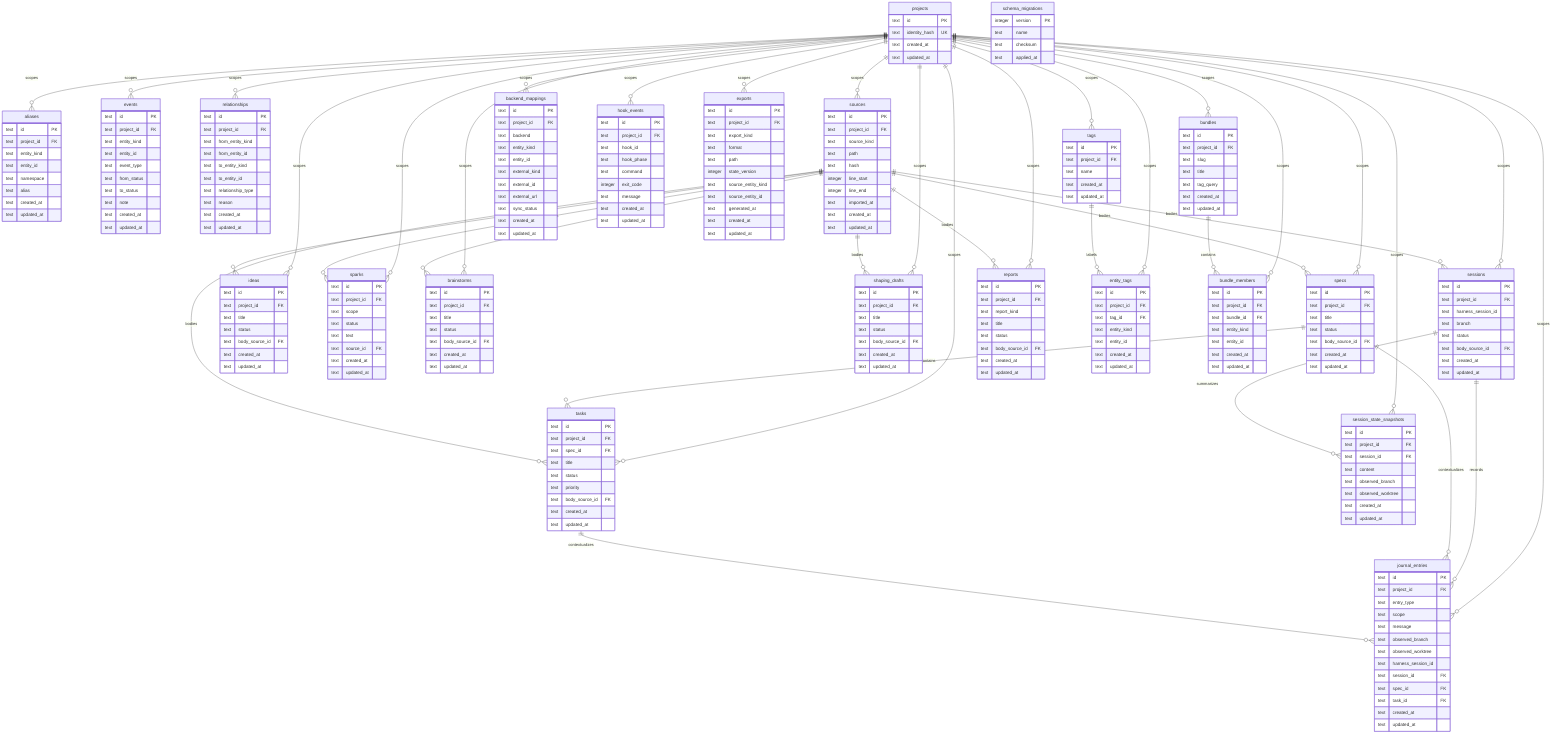
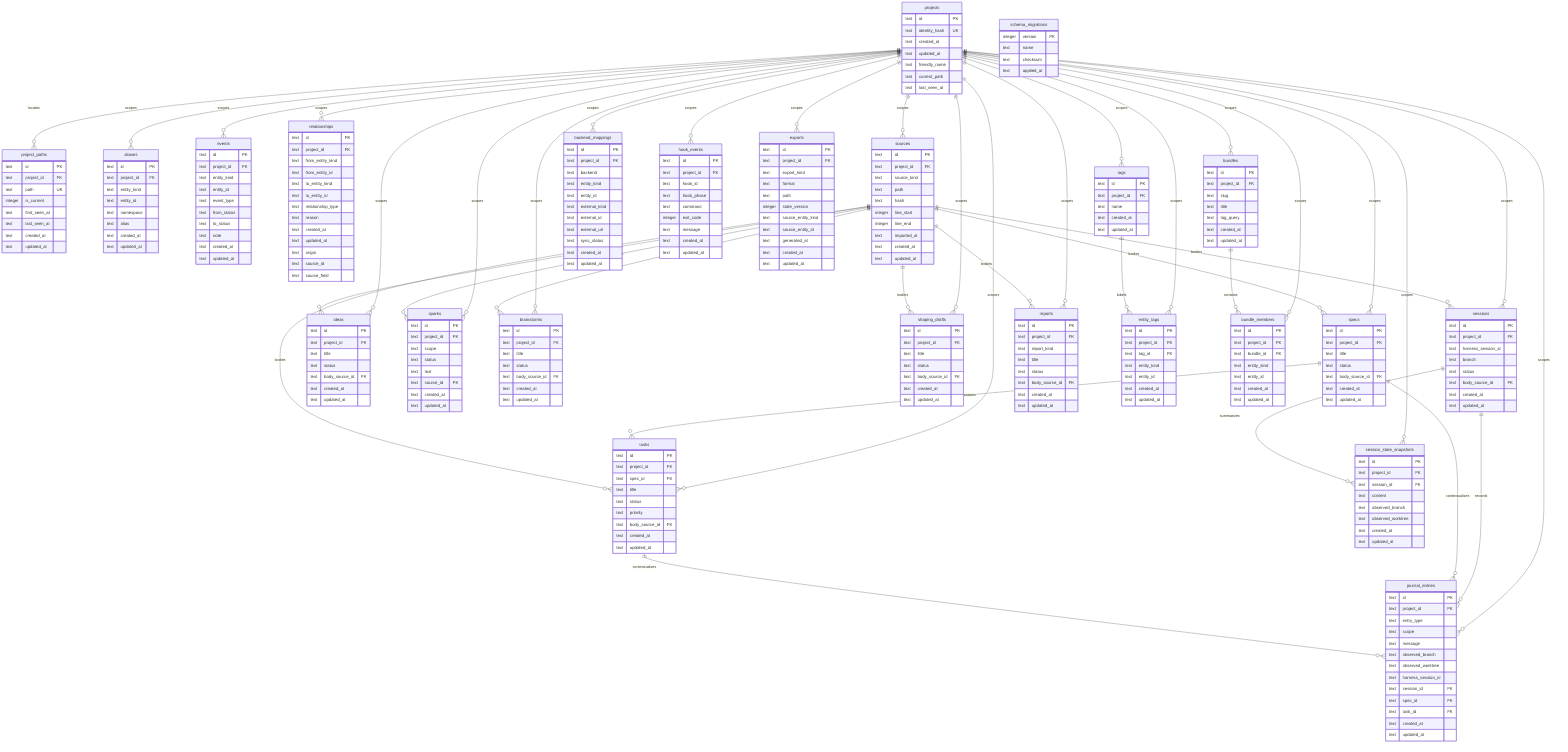
erDiagram
  projects {
    text id PK
    text identity_hash UK
+     text created_at
+     text updated_at
+     text friendly_name
+     text current_path
+     text last_seen_at
+   }
+   project_paths {
+     text id PK
+     text project_id FK
+     text path UK
+     integer is_current
+     text first_seen_at
+     text last_seen_at
    text created_at
    text updated_at
  }
  schema_migrations {
    integer version PK
    text name
    text checksum
    text applied_at
  }
  aliases {
    text id PK
    text project_id FK
    text entity_kind
    text entity_id
    text namespace
    text alias
    text created_at
    text updated_at
  }
  specs {
    text id PK
    text project_id FK
    text title
    text status
    text body_source_id FK
    text created_at
    text updated_at
  }
  tasks {
    text id PK
    text project_id FK
    text spec_id FK
    text title
    text status
    text priority
    text body_source_id FK
    text created_at
    text updated_at
  }
  ideas {
    text id PK
    text project_id FK
    text title
    text status
    text body_source_id FK
    text created_at
    text updated_at
  }
  sparks {
    text id PK
    text project_id FK
    text scope
    text status
    text text
    text source_id FK
    text created_at
    text updated_at
  }
  brainstorms {
    text id PK
    text project_id FK
    text title
    text status
    text body_source_id FK
    text created_at
    text updated_at
  }
  shaping_drafts {
    text id PK
    text project_id FK
    text title
    text status
    text body_source_id FK
    text created_at
    text updated_at
  }
  sessions {
    text id PK
    text project_id FK
    text harness_session_id
    text branch
    text status
    text body_source_id FK
    text created_at
    text updated_at
  }
  session_state_snapshots {
    text id PK
    text project_id FK
    text session_id FK
    text content
    text observed_branch
    text observed_worktree
    text created_at
    text updated_at
  }
  reports {
    text id PK
    text project_id FK
    text report_kind
    text title
    text status
    text body_source_id FK
    text created_at
    text updated_at
  }
  journal_entries {
    text id PK
    text project_id FK
    text entry_type
    text scope
    text message
    text observed_branch
    text observed_worktree
    text harness_session_id
    text session_id FK
    text spec_id FK
    text task_id FK
    text created_at
    text updated_at
  }
  events {
    text id PK
    text project_id FK
    text entity_kind
    text entity_id
    text event_type
    text from_status
    text to_status
    text note
    text created_at
    text updated_at
  }
  relationships {
    text id PK
    text project_id FK
    text from_entity_kind
    text from_entity_id
    text to_entity_kind
    text to_entity_id
    text relationship_type
    text reason
    text created_at
    text updated_at
+     text origin
+     text source_id
+     text source_field
  }
  tags {
    text id PK
    text project_id FK
    text name
    text created_at
    text updated_at
  }
  entity_tags {
    text id PK
    text project_id FK
    text tag_id FK
    text entity_kind
    text entity_id
    text created_at
    text updated_at
  }
  bundles {
    text id PK
    text project_id FK
    text slug
    text title
    text tag_query
    text created_at
    text updated_at
  }
  bundle_members {
    text id PK
    text project_id FK
    text bundle_id FK
    text entity_kind
    text entity_id
    text created_at
    text updated_at
  }
  sources {
    text id PK
    text project_id FK
    text source_kind
    text path
    text hash
    integer line_start
    integer line_end
    text imported_at
    text created_at
    text updated_at
  }
  backend_mappings {
    text id PK
    text project_id FK
    text backend
    text entity_kind
    text entity_id
    text external_kind
    text external_id
    text external_url
    text sync_status
    text created_at
    text updated_at
  }
  hook_events {
    text id PK
    text project_id FK
    text hook_id
    text hook_phase
    text command
    integer exit_code
    text message
    text created_at
    text updated_at
  }
  exports {
    text id PK
    text project_id FK
    text export_kind
    text format
    text path
    integer state_version
    text source_entity_kind
    text source_entity_id
    text generated_at
    text created_at
    text updated_at
  }

  projects ||--o{ aliases : scopes
  projects ||--o{ specs : scopes
  projects ||--o{ tasks : scopes
  projects ||--o{ ideas : scopes
  projects ||--o{ sparks : scopes
  projects ||--o{ brainstorms : scopes
  projects ||--o{ shaping_drafts : scopes
  projects ||--o{ sessions : scopes
  projects ||--o{ session_state_snapshots : scopes
  projects ||--o{ reports : scopes
  projects ||--o{ journal_entries : scopes
+   projects ||--o{ project_paths : locates
  projects ||--o{ events : scopes
  projects ||--o{ relationships : scopes
  projects ||--o{ tags : scopes
  projects ||--o{ entity_tags : scopes
  projects ||--o{ bundles : scopes
  projects ||--o{ bundle_members : scopes
  projects ||--o{ sources : scopes
  projects ||--o{ backend_mappings : scopes
  projects ||--o{ hook_events : scopes
  projects ||--o{ exports : scopes
  specs ||--o{ tasks : contains
  sessions ||--o{ journal_entries : records
  sessions ||--o{ session_state_snapshots : summarizes
  specs ||--o{ journal_entries : contextualizes
  tasks ||--o{ journal_entries : contextualizes
  tags ||--o{ entity_tags : labels
  bundles ||--o{ bundle_members : contains
  sources ||--o{ specs : bodies
  sources ||--o{ tasks : bodies
  sources ||--o{ ideas : bodies
  sources ||--o{ sparks : origins
  sources ||--o{ brainstorms : bodies
  sources ||--o{ shaping_drafts : bodies
  sources ||--o{ sessions : bodies
  sources ||--o{ reports : bodies
